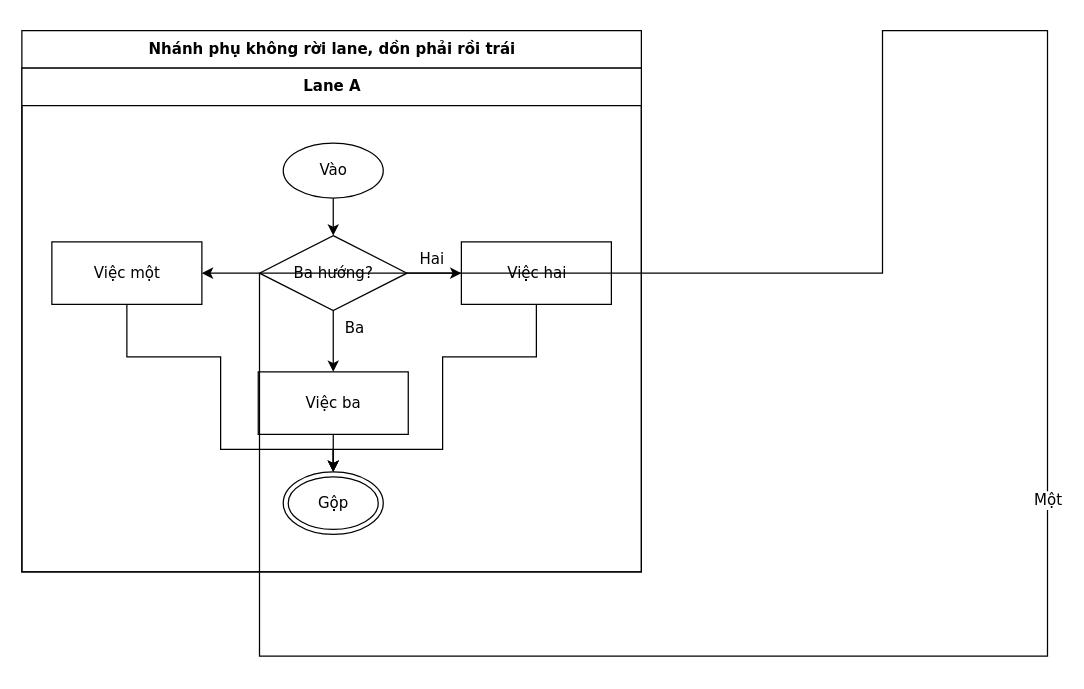
Before: conformance/merge/fuzz-137/flow.drawio in luytbq/flowcast, a draw.io diagram. Source tidied: cells renumbered, new cells numbered last; positions are measured from the earlier drawing's top-left corner, leaving out a move shared by most shapes. Both pictures are drawn from the tidied source at 125%, with x=0, y=0 at pixel (21, 30).
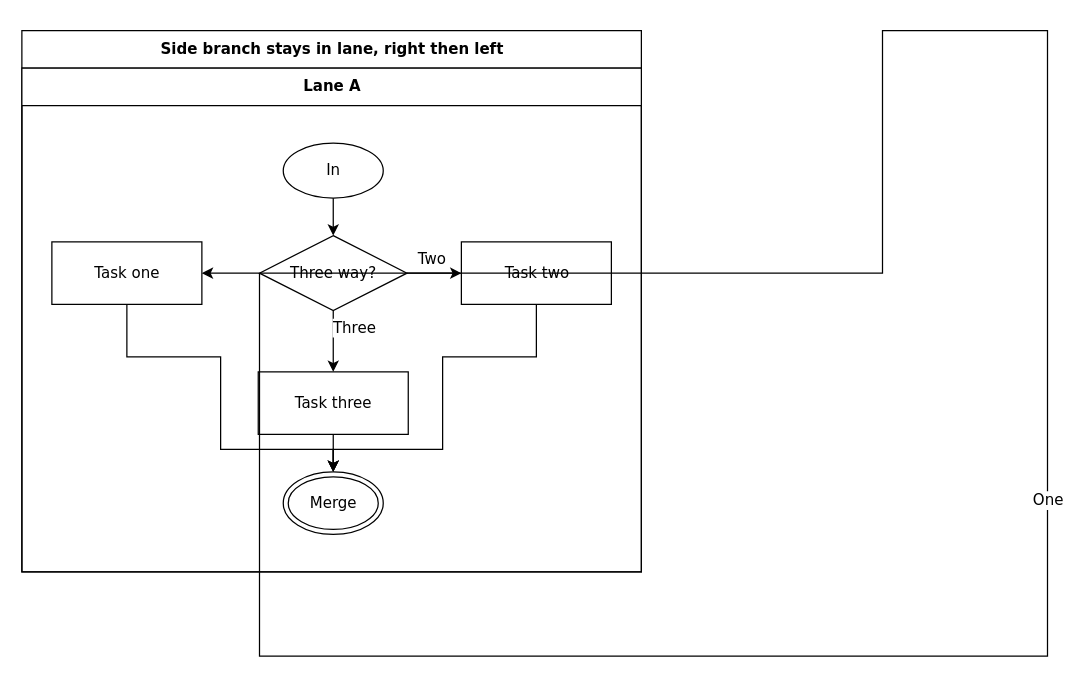
Above is the later version.

Unchanged cells that the change refers to:
```xml
<mxCell id="3" value="Lane A" style="swimlane;html=1;startSize=30;fontFamily=Verdana;fontSize=12;flowtable=1;" parent="2" vertex="1">
  <mxGeometry y="30" width="495.6" height="403" as="geometry" />
</mxCell>
```

Diff of the diagram source:
```diff
@@
-    <mxCell id="2" value="Nhánh phụ không rời lane, dồn phải rồi trái" style="swimlane;html=1;startSize=30;fontStyle=1;fontFamily=Verdana;fontSize=12;flowtable=1;" parent="1" vertex="1">
+    <mxCell id="2" value="Side branch stays in lane, right then left" style="swimlane;html=1;startSize=30;fontStyle=1;fontFamily=Verdana;fontSize=12;flowtable=1;" parent="1" vertex="1">
       <mxGeometry width="495.6" height="433" as="geometry" />
     </mxCell>
@@
-    <mxCell id="4" value="Vào" style="ellipse;html=1;fontFamily=Verdana;fontSize=12;flowtable=1;" parent="3" vertex="1">
+    <mxCell id="4" value="In" style="ellipse;html=1;fontFamily=Verdana;fontSize=12;flowtable=1;" parent="3" vertex="1">
       <mxGeometry x="209.1" y="60" width="80" height="44" as="geometry" />
     </mxCell>
-    <mxCell id="5" value="Ba hướng?" style="rhombus;html=1;fontFamily=Verdana;fontSize=12;flowtable=1;" parent="3" vertex="1">
+    <mxCell id="5" value="Three way?" style="rhombus;html=1;fontFamily=Verdana;fontSize=12;flowtable=1;" parent="3" vertex="1">
       <mxGeometry x="190.1" y="134" width="118" height="60" as="geometry" />
     </mxCell>
-    <mxCell id="6" value="Việc một" style="rounded=0;html=1;fontFamily=Verdana;fontSize=12;flowtable=1;" parent="3" vertex="1">
+    <mxCell id="6" value="Task one" style="rounded=0;html=1;fontFamily=Verdana;fontSize=12;flowtable=1;" parent="3" vertex="1">
       <mxGeometry x="24" y="139" width="120" height="50" as="geometry" />
     </mxCell>
-    <mxCell id="7" value="Việc hai" style="rounded=0;html=1;fontFamily=Verdana;fontSize=12;flowtable=1;" parent="3" vertex="1">
+    <mxCell id="7" value="Task two" style="rounded=0;html=1;fontFamily=Verdana;fontSize=12;flowtable=1;" parent="3" vertex="1">
       <mxGeometry x="351.6" y="139" width="120" height="50" as="geometry" />
     </mxCell>
-    <mxCell id="8" value="Việc ba" style="rounded=0;html=1;fontFamily=Verdana;fontSize=12;flowtable=1;" parent="3" vertex="1">
+    <mxCell id="8" value="Task three" style="rounded=0;html=1;fontFamily=Verdana;fontSize=12;flowtable=1;" parent="3" vertex="1">
       <mxGeometry x="189.1" y="243" width="120" height="50" as="geometry" />
     </mxCell>
-    <mxCell id="9" value="Gộp" style="shape=doubleEllipse;html=1;fontFamily=Verdana;fontSize=12;flowtable=1;" parent="3" vertex="1">
+    <mxCell id="9" value="Merge" style="shape=doubleEllipse;html=1;fontFamily=Verdana;fontSize=12;flowtable=1;" parent="3" vertex="1">
       <mxGeometry x="209.1" y="323" width="80" height="50" as="geometry" />
     </mxCell>
@@
-    <mxCell id="11" value="Một" style="edgeStyle=orthogonalEdgeStyle;rounded=0;jettySize=auto;html=1;labelBackgroundColor=default;exitX=0;exitY=0.5;exitDx=0;exitDy=0;entryX=1;entryY=0.5;entryDx=0;entryDy=0;fontFamily=Verdana;fontSize=12;flowtable=1;" parent="2" edge="1" source="5" target="6">
+    <mxCell id="11" value="One" style="edgeStyle=orthogonalEdgeStyle;rounded=0;jettySize=auto;html=1;labelBackgroundColor=default;exitX=0;exitY=0.5;exitDx=0;exitDy=0;entryX=1;entryY=0.5;entryDx=0;entryDy=0;fontFamily=Verdana;fontSize=12;flowtable=1;" parent="2" edge="1" source="5" target="6">
       <mxGeometry x="-0.09" relative="1" as="geometry">
         <Array as="points">
           <mxPoint x="820.5" y="500.4" />
           <mxPoint x="427" />
           <mxPoint x="688.5" y="90" />
         </Array>
         <mxPoint y="-11.5" as="offset" />
       </mxGeometry>
     </mxCell>
-    <mxCell id="12" value="Hai" style="edgeStyle=orthogonalEdgeStyle;rounded=0;jettySize=auto;html=1;labelBackgroundColor=default;exitX=1;exitY=0.5;exitDx=0;exitDy=0;entryX=0;entryY=0.5;entryDx=0;entryDy=0;fontFamily=Verdana;fontSize=12;flowtable=1;" parent="2" edge="1" source="5" target="7">
+    <mxCell id="12" value="Two" style="edgeStyle=orthogonalEdgeStyle;rounded=0;jettySize=auto;html=1;labelBackgroundColor=default;exitX=1;exitY=0.5;exitDx=0;exitDy=0;entryX=0;entryY=0.5;entryDx=0;entryDy=0;fontFamily=Verdana;fontSize=12;flowtable=1;" parent="2" edge="1" source="5" target="7">
       <mxGeometry x="-0.09" relative="1" as="geometry">
         <mxPoint y="-11.5" as="offset" />
       </mxGeometry>
     </mxCell>
-    <mxCell id="13" value="Ba" style="edgeStyle=orthogonalEdgeStyle;rounded=0;jettySize=auto;html=1;labelBackgroundColor=default;exitX=0.5;exitY=1;exitDx=0;exitDy=0;entryX=0.5;entryY=0;entryDx=0;entryDy=0;fontFamily=Verdana;fontSize=12;flowtable=1;" parent="2" edge="1" source="5" target="8">
+    <mxCell id="13" value="Three" style="edgeStyle=orthogonalEdgeStyle;rounded=0;jettySize=auto;html=1;labelBackgroundColor=default;exitX=0.5;exitY=1;exitDx=0;exitDy=0;entryX=0.5;entryY=0;entryDx=0;entryDy=0;fontFamily=Verdana;fontSize=12;flowtable=1;" parent="2" edge="1" source="5" target="8">
       <mxGeometry x="-0.41" relative="1" as="geometry">
         <mxPoint x="16.7" as="offset" />
       </mxGeometry>
     </mxCell>
```
